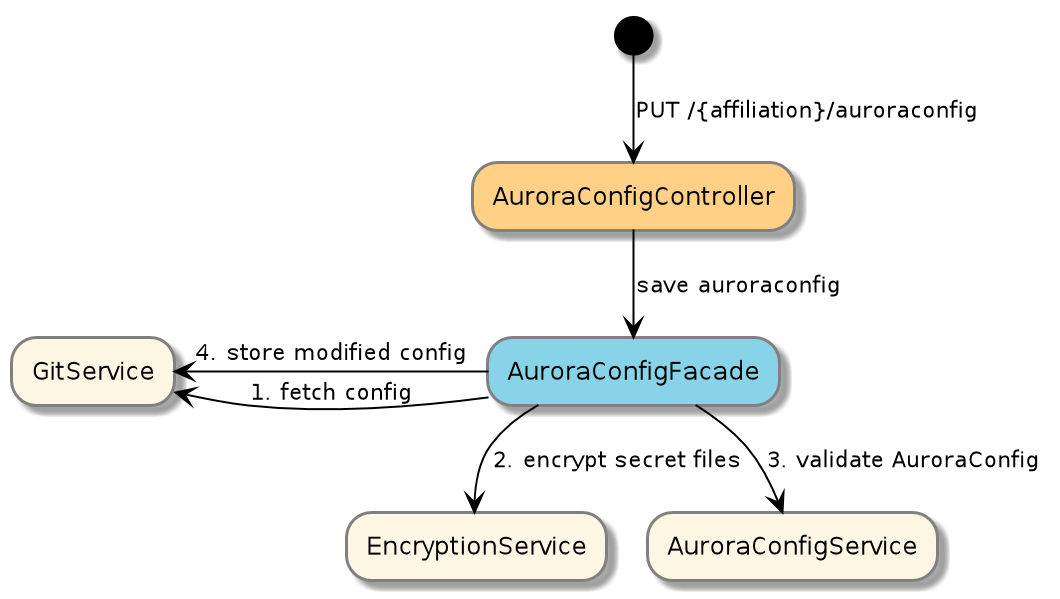
Before: docs/images/boober.png, a diagram exported from PlantUML (Skatteetaten/boober).
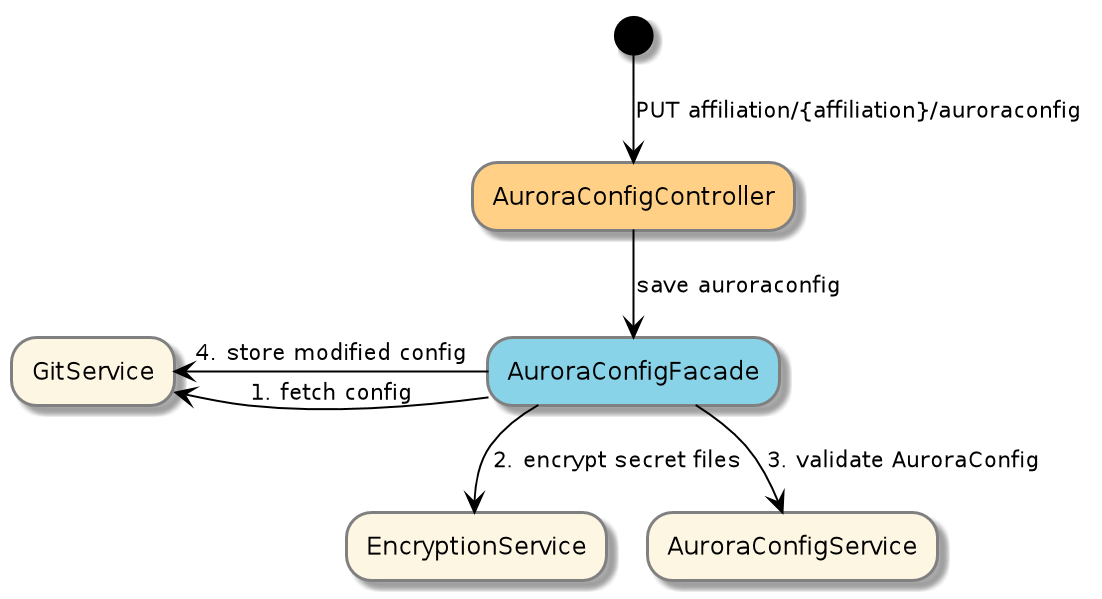
The same file after the commit.

Diff of the diagram source:
```diff
@@ -31,7 +31,7 @@
     BorderColor gray
 }
 
-(*) --> [PUT /{affiliation}/auroraconfig] AuroraConfigController <<OS1>>
+(*) --> [PUT affiliation/{affiliation}/auroraconfig] AuroraConfigController <<OS1>>
 
 AuroraConfigController --> [save auroraconfig]  AuroraConfigFacade <<OS2>>
 
```
